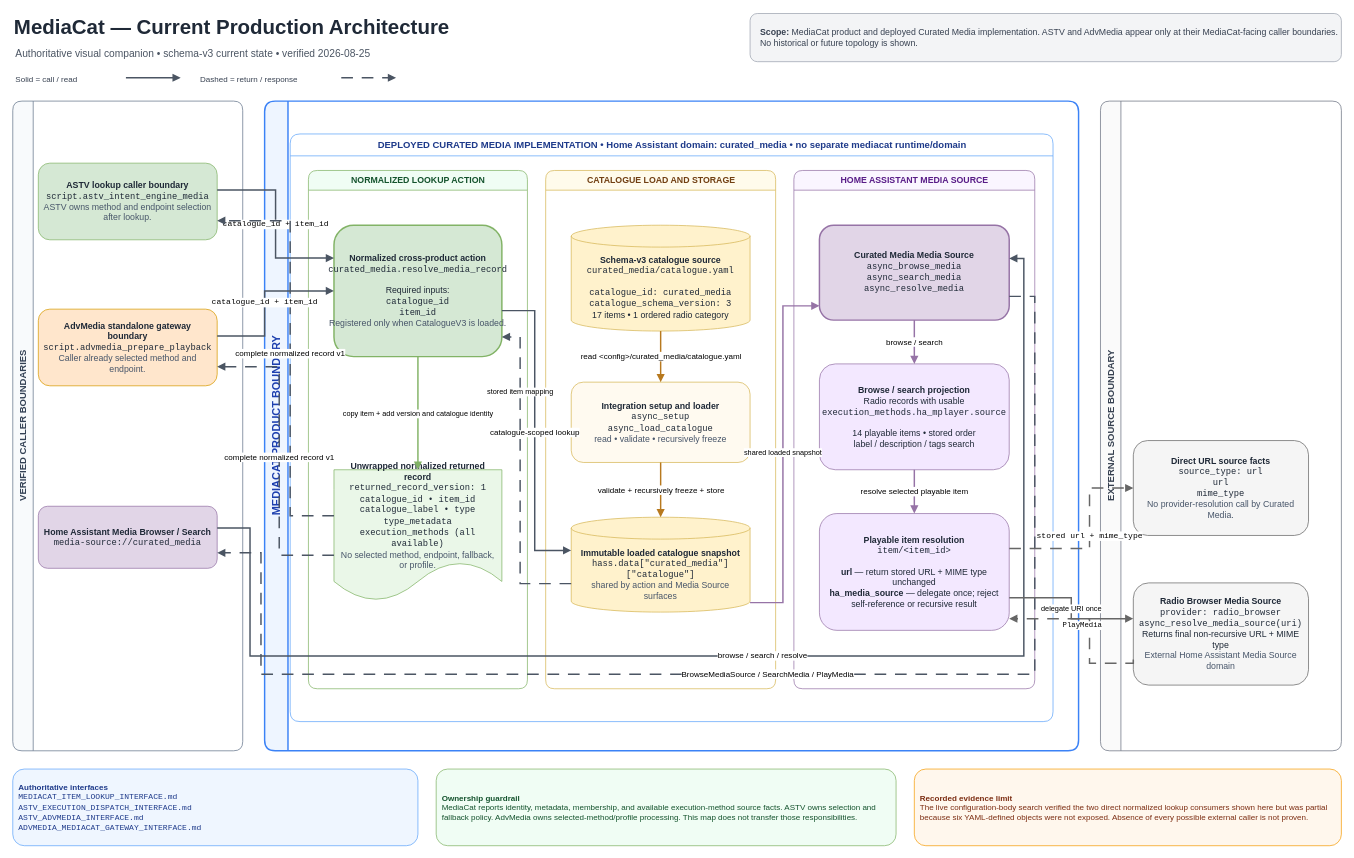
Above: 01_Architecture/Diagrams/MEDIACAT_ARCHITECTURE.drawio in 83degrees/MediaCat (draw.io), before the change. Source tidied: cells renumbered, new cells numbered last; positions are measured from the earlier drawing's top-left corner, leaving out a move shared by most shapes. Both pictures are drawn from the tidied source at 73%, with x=0, y=0 at pixel (12, 12).
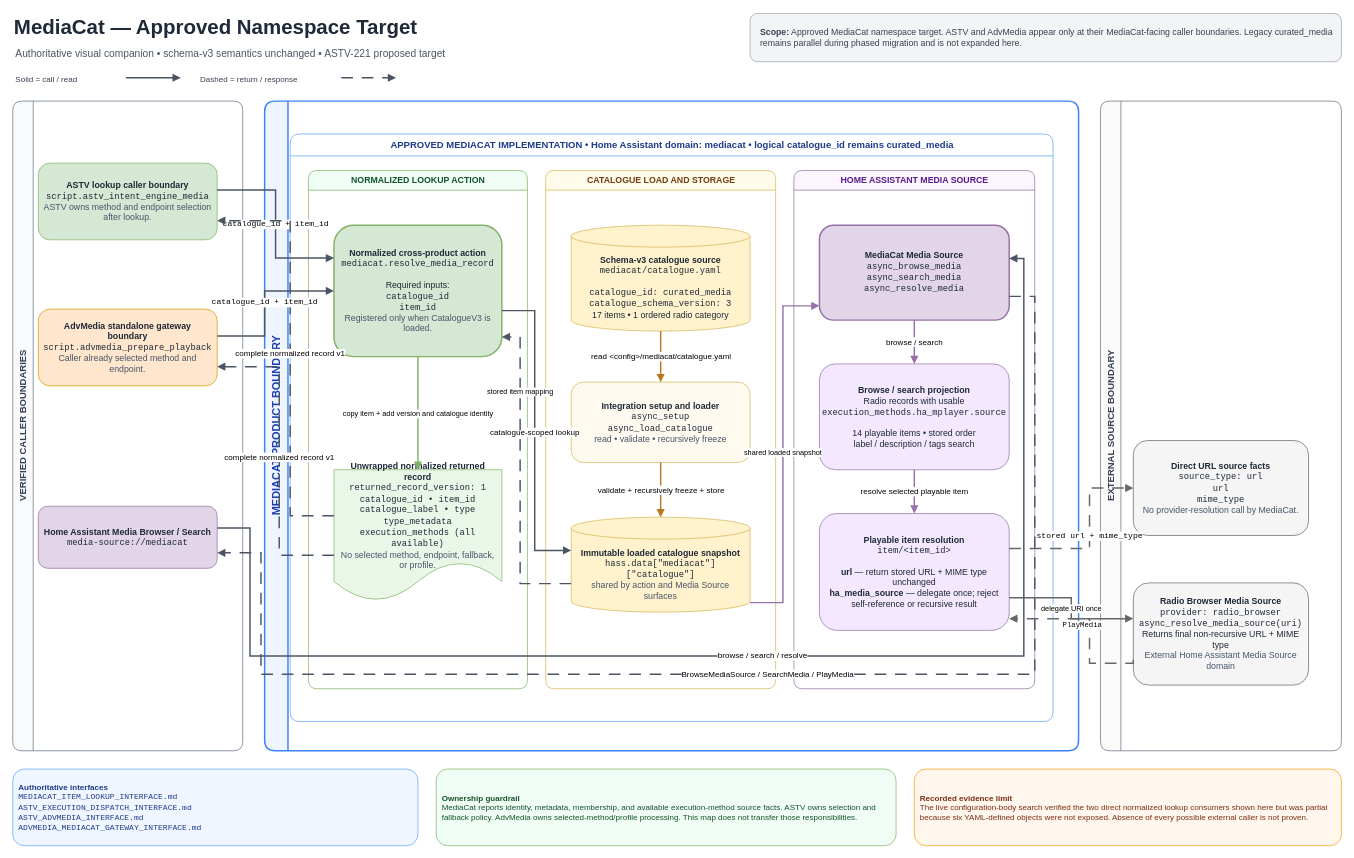
Above is the later version.

Unchanged cells that the change refers to:
```xml
<mxCell id="20" value="&lt;b&gt;Integration setup and loader&lt;/b&gt;&lt;br&gt;&lt;span style=&quot;font-family:Courier New&quot;&gt;async_setup&lt;br&gt;async_load_catalogue&lt;/span&gt;&lt;br&gt;&lt;font color=&quot;#475569&quot;&gt;read • validate • recursively freeze&lt;/font&gt;" style="rounded=1;whiteSpace=wrap;html=1;fillColor=#fffaf0;strokeColor=#d6b656;fontColor=#1f2937;fontSize=12;spacing=8;" parent="1" vertex="1">
  <mxGeometry x="765" y="506" width="245" height="110" as="geometry" />
</mxCell>
```

What changed in the source:
```diff
@@
-    <mxCell id="2" value="&lt;b&gt;MediaCat — Current Production Architecture&lt;/b&gt;" style="text;html=1;strokeColor=none;fillColor=none;align=left;verticalAlign=middle;fontSize=28;fontColor=#1f2937;" parent="1" vertex="1">
+    <mxCell id="2" value="&lt;b&gt;MediaCat — Approved Namespace Target&lt;/b&gt;" style="text;html=1;strokeColor=none;fillColor=none;align=left;verticalAlign=middle;fontSize=28;fontColor=#1f2937;" parent="1" vertex="1">
       <mxGeometry width="980" height="40" as="geometry" />
     </mxCell>
-    <mxCell id="3" value="Authoritative visual companion • schema-v3 current state • verified 2026-08-25" style="text;html=1;strokeColor=none;fillColor=none;align=left;verticalAlign=middle;fontSize=14;fontColor=#4b5563;" parent="1" vertex="1">
+    <mxCell id="3" value="Authoritative visual companion • schema-v3 semantics unchanged • ASTV-221 proposed target" style="text;html=1;strokeColor=none;fillColor=none;align=left;verticalAlign=middle;fontSize=14;fontColor=#4b5563;" parent="1" vertex="1">
       <mxGeometry x="2" y="42" width="940" height="28" as="geometry" />
     </mxCell>
-    <mxCell id="4" value="&lt;b&gt;Scope:&lt;/b&gt; MediaCat product and deployed Curated Media implementation. ASTV and AdvMedia appear only at their MediaCat-facing caller boundaries. No historical or future topology is shown." style="rounded=1;whiteSpace=wrap;html=1;fillColor=#f3f4f6;strokeColor=#9ca3af;fontColor=#374151;fontSize=12;align=left;spacingLeft=12;" parent="1" vertex="1">
+    <mxCell id="4" value="&lt;b&gt;Scope:&lt;/b&gt; Approved MediaCat namespace target. ASTV and AdvMedia appear only at their MediaCat-facing caller boundaries. Legacy curated_media remains parallel during phased migration and is not expanded here." style="rounded=1;whiteSpace=wrap;html=1;fillColor=#f3f4f6;strokeColor=#9ca3af;fontColor=#374151;fontSize=12;align=left;spacingLeft=12;" parent="1" vertex="1">
       <mxGeometry x="1010" y="1" width="810" height="66" as="geometry" />
     </mxCell>
@@
-    <mxCell id="14" value="&lt;b&gt;Home Assistant Media Browser / Search&lt;/b&gt;&lt;br&gt;&lt;span style=&quot;font-family:Courier New&quot;&gt;media-source://curated_media&lt;/span&gt;" style="rounded=1;whiteSpace=wrap;html=1;fillColor=#e1d5e7;strokeColor=#9673a6;fontColor=#1f2937;fontSize=12;spacing=8;" parent="1" vertex="1">
+    <mxCell id="14" value="&lt;b&gt;Home Assistant Media Browser / Search&lt;/b&gt;&lt;br&gt;&lt;span style=&quot;font-family:Courier New&quot;&gt;media-source://mediacat&lt;/span&gt;" style="rounded=1;whiteSpace=wrap;html=1;fillColor=#e1d5e7;strokeColor=#9673a6;fontColor=#1f2937;fontSize=12;spacing=8;" parent="1" vertex="1">
       <mxGeometry x="35" y="676" width="245" height="85" as="geometry" />
     </mxCell>
-    <mxCell id="15" value="DEPLOYED CURATED MEDIA IMPLEMENTATION • Home Assistant domain: curated_media • no separate mediacat runtime/domain" style="swimlane;html=1;horizontal=1;startSize=30;rounded=1;fillColor=#ffffff;strokeColor=#60a5fa;fontColor=#1e3a8a;fontStyle=1;fontSize=13;" parent="1" vertex="1">
+    <mxCell id="15" value="APPROVED MEDIACAT IMPLEMENTATION • Home Assistant domain: mediacat • logical catalogue_id remains curated_media" style="swimlane;html=1;horizontal=1;startSize=30;rounded=1;fillColor=#ffffff;strokeColor=#60a5fa;fontColor=#1e3a8a;fontStyle=1;fontSize=13;" parent="1" vertex="1">
       <mxGeometry x="380" y="166" width="1045" height="805" as="geometry" />
     </mxCell>
@@
-    <mxCell id="19" value="&lt;b&gt;Schema-v3 catalogue source&lt;/b&gt;&lt;br&gt;&lt;span style=&quot;font-family:Courier New&quot;&gt;curated_media/catalogue.yaml&lt;/span&gt;&lt;br&gt;&lt;br&gt;&lt;span style=&quot;font-family:Courier New&quot;&gt;catalogue_id: curated_media&lt;br&gt;catalogue_schema_version: 3&lt;/span&gt;&lt;br&gt;17 items • 1 ordered radio category" style="shape=cylinder3;whiteSpace=wrap;html=1;boundedLbl=1;backgroundOutline=1;fillColor=#fff2cc;strokeColor=#d6b656;fontColor=#1f2937;fontSize=12;spacing=8;" parent="1" vertex="1">
+    <mxCell id="19" value="&lt;b&gt;Schema-v3 catalogue source&lt;/b&gt;&lt;br&gt;&lt;span style=&quot;font-family:Courier New&quot;&gt;mediacat/catalogue.yaml&lt;/span&gt;&lt;br&gt;&lt;br&gt;&lt;span style=&quot;font-family:Courier New&quot;&gt;catalogue_id: curated_media&lt;br&gt;catalogue_schema_version: 3&lt;/span&gt;&lt;br&gt;17 items • 1 ordered radio category" style="shape=cylinder3;whiteSpace=wrap;html=1;boundedLbl=1;backgroundOutline=1;fillColor=#fff2cc;strokeColor=#d6b656;fontColor=#1f2937;fontSize=12;spacing=8;" parent="1" vertex="1">
       <mxGeometry x="765" y="291" width="245" height="145" as="geometry" />
     </mxCell>
@@
-    <mxCell id="21" value="&lt;b&gt;Immutable loaded catalogue snapshot&lt;/b&gt;&lt;br&gt;&lt;span style=&quot;font-family:Courier New&quot;&gt;hass.data[&amp;quot;curated_media&amp;quot;][&amp;quot;catalogue&amp;quot;]&lt;/span&gt;&lt;br&gt;&lt;font color=&quot;#475569&quot;&gt;shared by action and Media Source surfaces&lt;/font&gt;" style="shape=cylinder3;whiteSpace=wrap;html=1;boundedLbl=1;backgroundOutline=1;fillColor=#fff2cc;strokeColor=#d6b656;fontColor=#1f2937;fontSize=12;spacing=8;" parent="1" vertex="1">
+    <mxCell id="21" value="&lt;b&gt;Immutable loaded catalogue snapshot&lt;/b&gt;&lt;br&gt;&lt;span style=&quot;font-family:Courier New&quot;&gt;hass.data[&amp;quot;mediacat&amp;quot;][&amp;quot;catalogue&amp;quot;]&lt;/span&gt;&lt;br&gt;&lt;font color=&quot;#475569&quot;&gt;shared by action and Media Source surfaces&lt;/font&gt;" style="shape=cylinder3;whiteSpace=wrap;html=1;boundedLbl=1;backgroundOutline=1;fillColor=#fff2cc;strokeColor=#d6b656;fontColor=#1f2937;fontSize=12;spacing=8;" parent="1" vertex="1">
       <mxGeometry x="765" y="691" width="245" height="130" as="geometry" />
     </mxCell>
-    <mxCell id="22" value="&lt;b&gt;Normalized cross-product action&lt;/b&gt;&lt;br&gt;&lt;span style=&quot;font-family:Courier New&quot;&gt;curated_media.resolve_media_record&lt;/span&gt;&lt;br&gt;&lt;br&gt;Required inputs:&lt;br&gt;&lt;span style=&quot;font-family:Courier New&quot;&gt;catalogue_id&lt;br&gt;item_id&lt;/span&gt;&lt;br&gt;&lt;font color=&quot;#475569&quot;&gt;Registered only when CatalogueV3 is loaded.&lt;/font&gt;" style="rounded=1;whiteSpace=wrap;html=1;fillColor=#d5e8d4;strokeColor=#82b366;strokeWidth=2;fontColor=#1f2937;fontSize=12;spacing=8;" parent="1" vertex="1">
+    <mxCell id="22" value="&lt;b&gt;Normalized cross-product action&lt;/b&gt;&lt;br&gt;&lt;span style=&quot;font-family:Courier New&quot;&gt;mediacat.resolve_media_record&lt;/span&gt;&lt;br&gt;&lt;br&gt;Required inputs:&lt;br&gt;&lt;span style=&quot;font-family:Courier New&quot;&gt;catalogue_id&lt;br&gt;item_id&lt;/span&gt;&lt;br&gt;&lt;font color=&quot;#475569&quot;&gt;Registered only when CatalogueV3 is loaded.&lt;/font&gt;" style="rounded=1;whiteSpace=wrap;html=1;fillColor=#d5e8d4;strokeColor=#82b366;strokeWidth=2;fontColor=#1f2937;fontSize=12;spacing=8;" parent="1" vertex="1">
       <mxGeometry x="440" y="291" width="230" height="180" as="geometry" />
     </mxCell>
@@
-    <mxCell id="24" value="&lt;b&gt;Curated Media Media Source&lt;/b&gt;&lt;br&gt;&lt;span style=&quot;font-family:Courier New&quot;&gt;async_browse_media&lt;br&gt;async_search_media&lt;br&gt;async_resolve_media&lt;/span&gt;" style="rounded=1;whiteSpace=wrap;html=1;fillColor=#e1d5e7;strokeColor=#9673a6;strokeWidth=2;fontColor=#1f2937;fontSize=12;spacing=8;" parent="1" vertex="1">
+    <mxCell id="24" value="&lt;b&gt;MediaCat Media Source&lt;/b&gt;&lt;br&gt;&lt;span style=&quot;font-family:Courier New&quot;&gt;async_browse_media&lt;br&gt;async_search_media&lt;br&gt;async_resolve_media&lt;/span&gt;" style="rounded=1;whiteSpace=wrap;html=1;fillColor=#e1d5e7;strokeColor=#9673a6;strokeWidth=2;fontColor=#1f2937;fontSize=12;spacing=8;" parent="1" vertex="1">
       <mxGeometry x="1105" y="291" width="260" height="130" as="geometry" />
     </mxCell>
@@
-    <mxCell id="27" value="&lt;b&gt;Direct URL source facts&lt;/b&gt;&lt;br&gt;&lt;span style=&quot;font-family:Courier New&quot;&gt;source_type: url&lt;br&gt;url&lt;br&gt;mime_type&lt;/span&gt;&lt;br&gt;&lt;font color=&quot;#475569&quot;&gt;No provider-resolution call by Curated Media.&lt;/font&gt;" style="rounded=1;whiteSpace=wrap;html=1;fillColor=#f5f5f5;strokeColor=#666666;fontColor=#1f2937;fontSize=12;spacing=8;" parent="1" vertex="1">
+    <mxCell id="27" value="&lt;b&gt;Direct URL source facts&lt;/b&gt;&lt;br&gt;&lt;span style=&quot;font-family:Courier New&quot;&gt;source_type: url&lt;br&gt;url&lt;br&gt;mime_type&lt;/span&gt;&lt;br&gt;&lt;font color=&quot;#475569&quot;&gt;No provider-resolution call by MediaCat.&lt;/font&gt;" style="rounded=1;whiteSpace=wrap;html=1;fillColor=#f5f5f5;strokeColor=#666666;fontColor=#1f2937;fontSize=12;spacing=8;" parent="1" vertex="1">
       <mxGeometry x="1535" y="586" width="240" height="130" as="geometry" />
     </mxCell>
@@
-    <mxCell id="29" value="read &amp;lt;config&amp;gt;/curated_media/catalogue.yaml" style="edgeStyle=orthogonalEdgeStyle;rounded=0;html=1;endArrow=block;endFill=1;strokeColor=#b7791f;strokeWidth=2;fontSize=11;labelBackgroundColor=#ffffff;" parent="1" edge="1" source="19" target="20">
+    <mxCell id="29" value="read &amp;lt;config&amp;gt;/mediacat/catalogue.yaml" style="edgeStyle=orthogonalEdgeStyle;rounded=0;html=1;endArrow=block;endFill=1;strokeColor=#b7791f;strokeWidth=2;fontSize=11;labelBackgroundColor=#ffffff;" parent="1" edge="1" source="19" target="20">
       <mxGeometry relative="1" as="geometry" />
     </mxCell>
```
